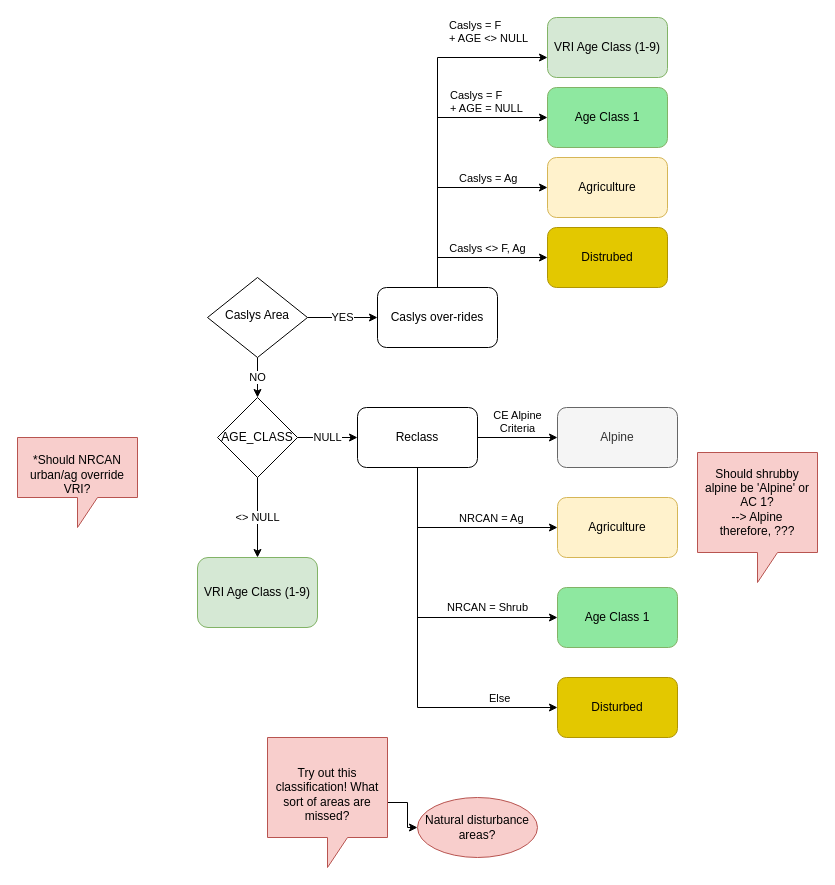
Earlier version of the draw.io diagram Untitled Diagram.drawio (rustyjux/rustyjux). Source tidied: cells renumbered, new cells numbered last; positions are measured from the earlier drawing's top-left corner, leaving out a move shared by most shapes. Both pictures are drawn from the tidied source at 100%, with x=0, y=0 at pixel (17, 17).
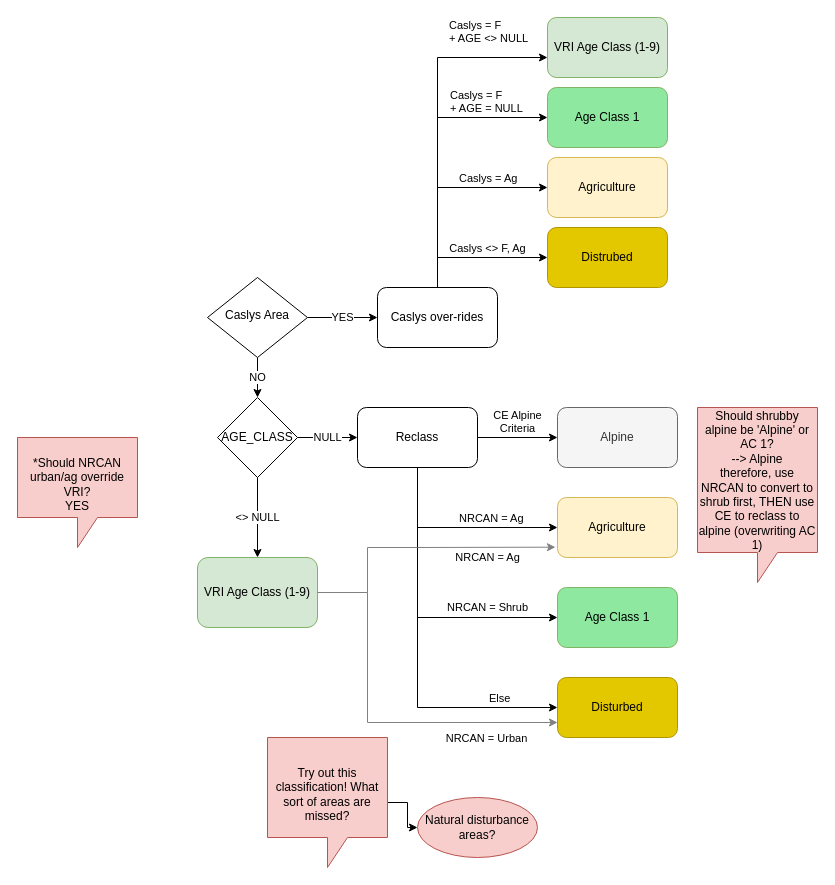
After the change.

Unchanged cells that the change refers to:
```xml
<mxCell id="21" value="VRI Age Class (1-9)" style="whiteSpace=wrap;html=1;rounded=1;fillColor=#d5e8d4;strokeColor=#82b366;" parent="1" vertex="1">
  <mxGeometry x="180" y="540" width="120" height="70" as="geometry" />
</mxCell>
<mxCell id="22" value="Agriculture" style="whiteSpace=wrap;html=1;rounded=1;labelBackgroundColor=none;fillColor=#fff2cc;strokeColor=#d6b656;" parent="1" vertex="1">
  <mxGeometry x="540" y="480" width="120" height="60" as="geometry" />
</mxCell>
<mxCell id="23" value="Disturbed" style="whiteSpace=wrap;html=1;rounded=1;fillColor=#e3c800;strokeColor=#B09500;fontColor=#000000;" parent="1" vertex="1">
  <mxGeometry x="540" y="660" width="120" height="60" as="geometry" />
</mxCell>
```

Change to the diagram source:
```diff
@@
+    <mxCell id="32" style="edgeStyle=orthogonalEdgeStyle;rounded=0;jettySize=auto;html=1;entryX=-0.017;entryY=0.828;entryDx=0;entryDy=0;entryPerimeter=0;strokeColor=#808080;" parent="1" edge="1" source="21" target="22">
+      <mxGeometry relative="1" as="geometry">
+        <Array as="points">
+          <mxPoint x="350" y="575" />
+          <mxPoint x="350" y="530" />
+          <mxPoint x="400" y="530" />
+        </Array>
+      </mxGeometry>
+    </mxCell>
+    <mxCell id="33" value="&lt;span style=&quot;text-align: left;&quot;&gt;NRCAN = Ag&lt;/span&gt;" style="edgeLabel;html=1;align=center;verticalAlign=middle;" parent="32" vertex="1">
+      <mxGeometry x="0.26" y="1" relative="1" as="geometry">
+        <mxPoint x="37" y="11" as="offset" />
+      </mxGeometry>
+    </mxCell>
@@
-    <mxCell id="24" value="&lt;span style=&quot;color: rgb(0, 0, 0); font-family: Helvetica; font-size: 12px; font-style: normal; font-variant-ligatures: normal; font-variant-caps: normal; font-weight: 400; letter-spacing: normal; orphans: 2; text-align: center; text-indent: 0px; text-transform: none; widows: 2; word-spacing: 0px; -webkit-text-stroke-width: 0px; text-decoration-thickness: initial; text-decoration-style: initial; text-decoration-color: initial; float: none; display: inline !important;&quot;&gt;Should shrubby alpine be 'Alpine' or AC 1?&lt;br&gt;--&amp;gt; Alpine&lt;br&gt;therefore, ???&lt;br&gt;&lt;/span&gt;" style="shape=callout;whiteSpace=wrap;html=1;perimeter=calloutPerimeter;labelBackgroundColor=none;fillColor=#f8cecc;strokeColor=#b85450;" parent="1" vertex="1">
-      <mxGeometry x="680" y="435" width="120" height="130" as="geometry" />
+    <mxCell id="24" value="&lt;span style=&quot;color: rgb(0, 0, 0); font-family: Helvetica; font-size: 12px; font-style: normal; font-variant-ligatures: normal; font-variant-caps: normal; font-weight: 400; letter-spacing: normal; orphans: 2; text-align: center; text-indent: 0px; text-transform: none; widows: 2; word-spacing: 0px; -webkit-text-stroke-width: 0px; text-decoration-thickness: initial; text-decoration-style: initial; text-decoration-color: initial; float: none; display: inline !important;&quot;&gt;Should shrubby alpine be 'Alpine' or AC 1?&lt;br&gt;--&amp;gt; Alpine&lt;br&gt;therefore, use NRCAN to convert to shrub first, THEN use CE to reclass to alpine (overwriting AC 1)&lt;br&gt;&lt;/span&gt;" style="shape=callout;whiteSpace=wrap;html=1;perimeter=calloutPerimeter;labelBackgroundColor=none;fillColor=#f8cecc;strokeColor=#b85450;" parent="1" vertex="1">
+      <mxGeometry x="680" y="390" width="120" height="175" as="geometry" />
     </mxCell>
-    <mxCell id="25" value="&lt;br&gt;&lt;span style=&quot;color: rgb(0, 0, 0); font-family: Helvetica; font-size: 12px; font-style: normal; font-variant-ligatures: normal; font-variant-caps: normal; font-weight: 400; letter-spacing: normal; orphans: 2; text-align: center; text-indent: 0px; text-transform: none; widows: 2; word-spacing: 0px; -webkit-text-stroke-width: 0px; text-decoration-thickness: initial; text-decoration-style: initial; text-decoration-color: initial; float: none; display: inline !important;&quot;&gt;*Should NRCAN urban/ag override VRI?&lt;/span&gt;&lt;br&gt;" style="shape=callout;whiteSpace=wrap;html=1;perimeter=calloutPerimeter;labelBackgroundColor=none;fillColor=#f8cecc;strokeColor=#b85450;" parent="1" vertex="1">
-      <mxGeometry y="420" width="120" height="90" as="geometry" />
+    <mxCell id="25" value="&lt;br&gt;&lt;span style=&quot;color: rgb(0, 0, 0); font-family: Helvetica; font-size: 12px; font-style: normal; font-variant-ligatures: normal; font-variant-caps: normal; font-weight: 400; letter-spacing: normal; orphans: 2; text-align: center; text-indent: 0px; text-transform: none; widows: 2; word-spacing: 0px; -webkit-text-stroke-width: 0px; text-decoration-thickness: initial; text-decoration-style: initial; text-decoration-color: initial; float: none; display: inline !important;&quot;&gt;*Should NRCAN urban/ag override VRI?&lt;br&gt;&lt;/span&gt;YES" style="shape=callout;whiteSpace=wrap;html=1;perimeter=calloutPerimeter;labelBackgroundColor=none;fillColor=#f8cecc;strokeColor=#b85450;" parent="1" vertex="1">
+      <mxGeometry y="420" width="120" height="110" as="geometry" />
     </mxCell>
@@
+    <mxCell id="34" style="edgeStyle=orthogonalEdgeStyle;rounded=0;jettySize=auto;html=1;strokeColor=#808080;entryX=0;entryY=0.75;entryDx=0;entryDy=0;" parent="1" edge="1" source="21" target="23">
+      <mxGeometry relative="1" as="geometry">
+        <Array as="points">
+          <mxPoint x="350" y="575" />
+          <mxPoint x="350" y="705" />
+        </Array>
+      </mxGeometry>
+    </mxCell>
+    <mxCell id="35" value="NRCAN = Urban" style="edgeLabel;html=1;align=center;verticalAlign=middle;" parent="34" vertex="1">
+      <mxGeometry x="0.61" y="2" relative="1" as="geometry">
+        <mxPoint y="17" as="offset" />
+      </mxGeometry>
+    </mxCell>
```
